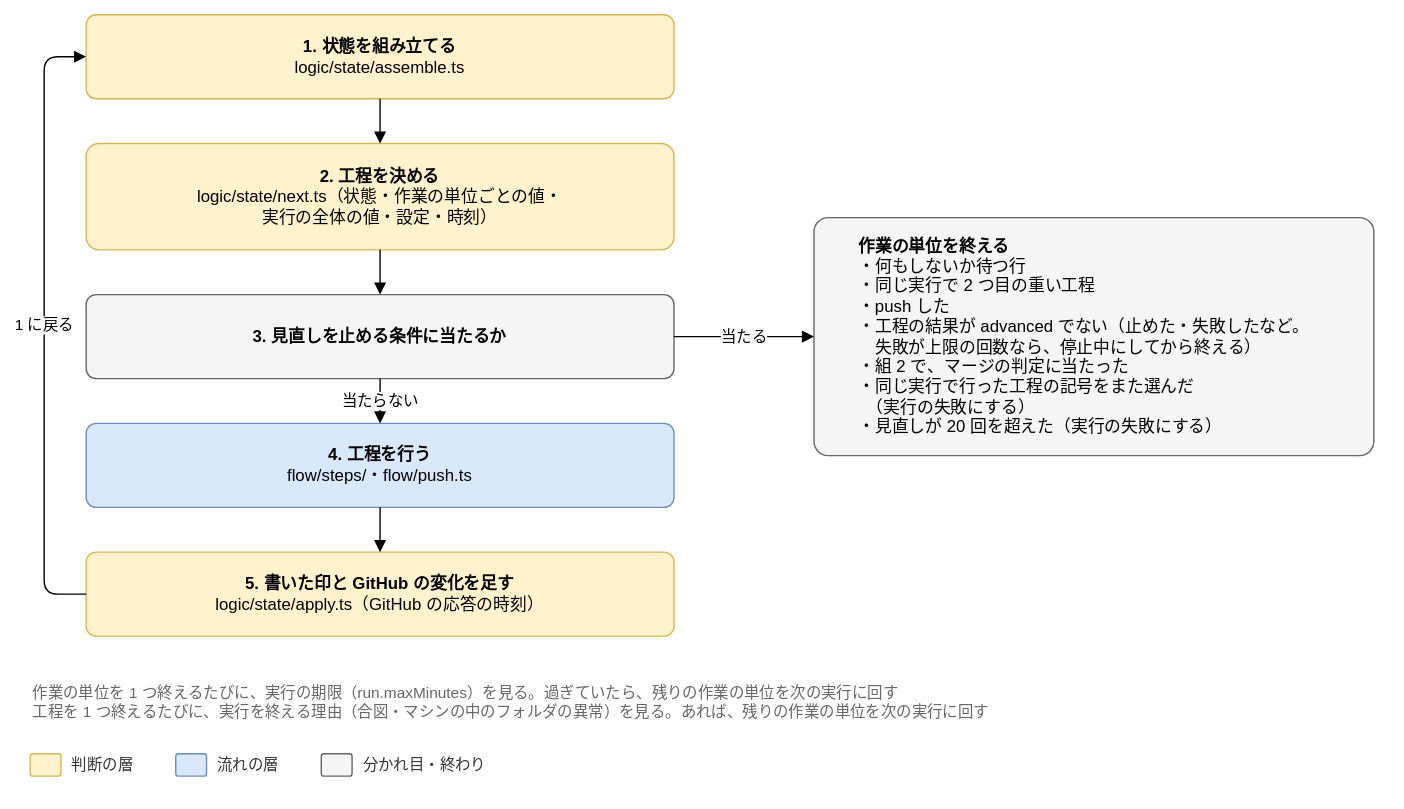
This is docs/design/detailed/diagrams/08-units.drawio.svg from Joymerrevent/dev-autopilot, a draw.io export, as it was before one commit. Source tidied: cells renumbered, new cells last; positions are measured from the earlier drawing's top-left corner, leaving out a move shared by most shapes.
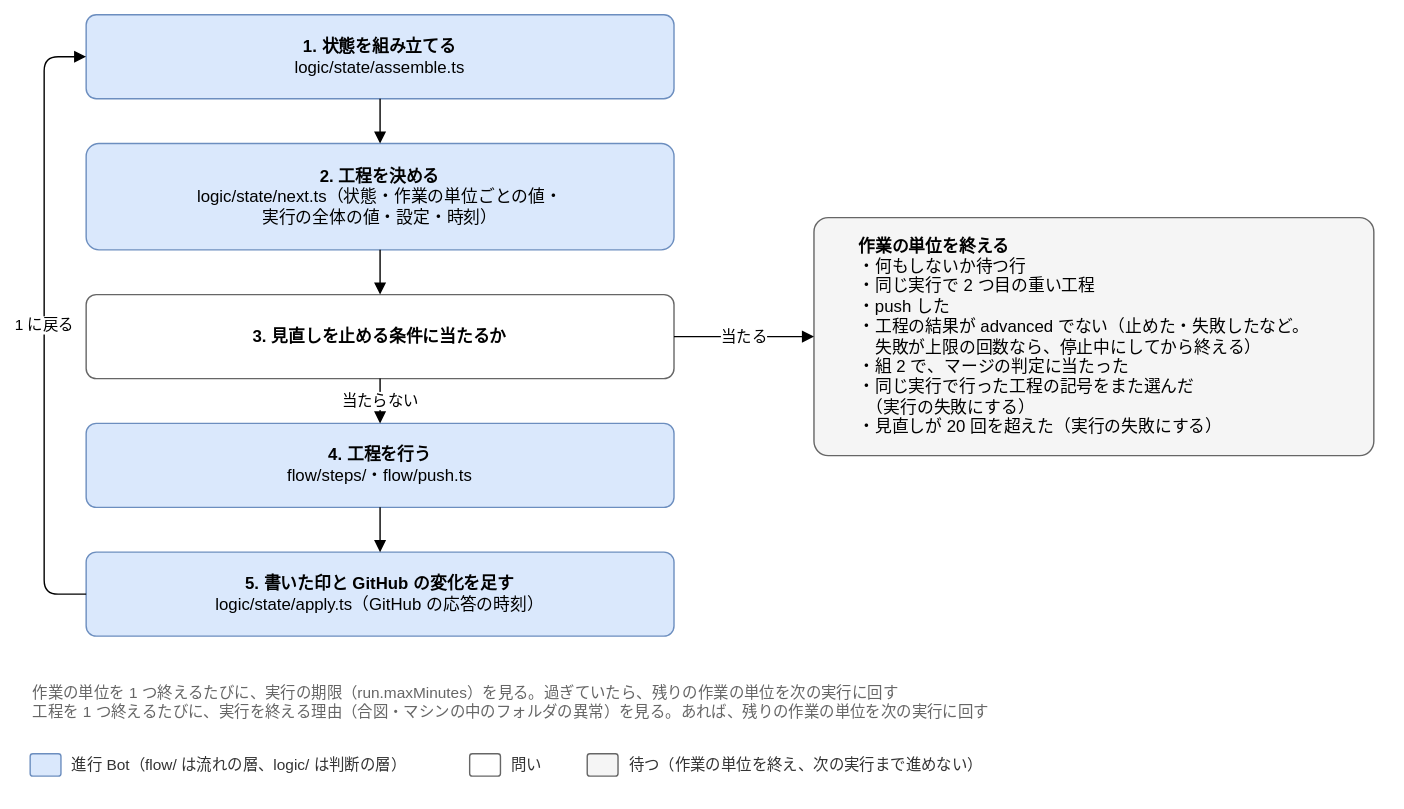
The same diagram one commit later.

Commit message:
docs(design): 詳細設計の図 08 で、色の意味と受け入れの依頼の待つ時間と順 2 の依頼の消し方を描く

詳細設計のレビューの低の直し（最初のレビューの R5-16・R6-7・R6-9・R6-10・R8-22、
1 回目の再レビューの R4-2）。

- 08-run：intake を青にし、受け入れの依頼の線を「待つ時間の内」にし、r2 に依頼を消すことと
  flow/run/requests.ts を足し、note に待つ時間を過ぎた受け入れの依頼と記録の切れた行を足す
  （R6-7・R5-16・R6-10・R8-22・R4-2）
- 08-units：u1・u2・u5 を青、u3（問い）を白にする（R6-7）
- 08-run・08-units：凡例を色の決まりの「凡例の言葉（補足）」の形にする（R6-9）

Claude-Session: https://claude.ai/code/session_01LvmXQN14Y95msvojZ6hWNP

What changed in the source:
```diff
@@ -2,16 +2,16 @@
   <root>
     <mxCell id="0" />
     <mxCell id="1" parent="0" />
-    <mxCell id="2" value="&lt;b&gt;1. 状態を組み立てる&lt;/b&gt;&lt;br&gt;logic/state/assemble.ts" style="rounded=1;whiteSpace=wrap;html=1;fontSize=12;arcSize=12;spacing=12;fillColor=#fff2cc;strokeColor=#d6b656;" parent="1" vertex="1">
+    <mxCell id="2" value="&lt;b&gt;1. 状態を組み立てる&lt;/b&gt;&lt;br&gt;logic/state/assemble.ts" style="rounded=1;whiteSpace=wrap;html=1;fontSize=12;arcSize=12;spacing=12;fillColor=#dae8fc;strokeColor=#6c8ebf;" parent="1" vertex="1">
       <mxGeometry x="40" width="420" height="60" as="geometry" />
     </mxCell>
-    <mxCell id="3" value="&lt;b&gt;2. 工程を決める&lt;/b&gt;&lt;br&gt;logic/state/next.ts（状態・作業の単位ごとの値・&lt;br&gt;実行の全体の値・設定・時刻）" style="rounded=1;whiteSpace=wrap;html=1;fontSize=12;arcSize=12;spacing=12;fillColor=#fff2cc;strokeColor=#d6b656;" parent="1" vertex="1">
+    <mxCell id="3" value="&lt;b&gt;2. 工程を決める&lt;/b&gt;&lt;br&gt;logic/state/next.ts（状態・作業の単位ごとの値・&lt;br&gt;実行の全体の値・設定・時刻）" style="rounded=1;whiteSpace=wrap;html=1;fontSize=12;arcSize=12;spacing=12;fillColor=#dae8fc;strokeColor=#6c8ebf;" parent="1" vertex="1">
       <mxGeometry x="40" y="92" width="420" height="76" as="geometry" />
     </mxCell>
     <mxCell id="4" style="edgeStyle=orthogonalEdgeStyle;rounded=1;html=1;endArrow=block;endFill=1;fontSize=11;labelBackgroundColor=#ffffff;exitX=0.5;exitY=1;exitDx=0;exitDy=0;entryX=0.5;entryY=0;entryDx=0;entryDy=0;" parent="1" edge="1" source="2" target="3">
       <mxGeometry relative="1" as="geometry" />
     </mxCell>
-    <mxCell id="5" value="&lt;b&gt;3. 見直しを止める条件に当たるか&lt;/b&gt;" style="rounded=1;whiteSpace=wrap;html=1;fontSize=12;arcSize=12;spacing=12;fillColor=#f5f5f5;strokeColor=#666666;" parent="1" vertex="1">
+    <mxCell id="5" value="&lt;b&gt;3. 見直しを止める条件に当たるか&lt;/b&gt;" style="rounded=1;whiteSpace=wrap;html=1;fontSize=12;arcSize=12;spacing=12;fillColor=#ffffff;strokeColor=#666666;" parent="1" vertex="1">
       <mxGeometry x="40" y="200" width="420" height="60" as="geometry" />
     </mxCell>
     <mxCell id="6" style="edgeStyle=orthogonalEdgeStyle;rounded=1;html=1;endArrow=block;endFill=1;fontSize=11;labelBackgroundColor=#ffffff;exitX=0.5;exitY=1;exitDx=0;exitDy=0;entryX=0.5;entryY=0;entryDx=0;entryDy=0;" parent="1" edge="1" source="3" target="5">
@@ -23,7 +23,7 @@
     <mxCell id="8" value="当たらない" style="edgeStyle=orthogonalEdgeStyle;rounded=1;html=1;endArrow=block;endFill=1;fontSize=11;labelBackgroundColor=#ffffff;exitX=0.5;exitY=1;exitDx=0;exitDy=0;entryX=0.5;entryY=0;entryDx=0;entryDy=0;" parent="1" edge="1" source="5" target="7">
       <mxGeometry relative="1" as="geometry" />
     </mxCell>
-    <mxCell id="9" value="&lt;b&gt;5. 書いた印と GitHub の変化を足す&lt;/b&gt;&lt;br&gt;logic/state/apply.ts（GitHub の応答の時刻）" style="rounded=1;whiteSpace=wrap;html=1;fontSize=12;arcSize=12;spacing=12;fillColor=#fff2cc;strokeColor=#d6b656;" parent="1" vertex="1">
+    <mxCell id="9" value="&lt;b&gt;5. 書いた印と GitHub の変化を足す&lt;/b&gt;&lt;br&gt;logic/state/apply.ts（GitHub の応答の時刻）" style="rounded=1;whiteSpace=wrap;html=1;fontSize=12;arcSize=12;spacing=12;fillColor=#dae8fc;strokeColor=#6c8ebf;" parent="1" vertex="1">
       <mxGeometry x="40" y="384" width="420" height="60" as="geometry" />
     </mxCell>
     <mxCell id="10" style="edgeStyle=orthogonalEdgeStyle;rounded=1;html=1;endArrow=block;endFill=1;fontSize=11;labelBackgroundColor=#ffffff;exitX=0.5;exitY=1;exitDx=0;exitDy=0;entryX=0.5;entryY=0;entryDx=0;entryDy=0;" parent="1" edge="1" source="7" target="9">
@@ -46,23 +46,23 @@
     <mxCell id="14" value="作業の単位を 1 つ終えるたびに、実行の期限（run.maxMinutes）を見る。過ぎていたら、残りの作業の単位を次の実行に回す&lt;br&gt;工程を 1 つ終えるたびに、実行を終える理由（合図・マシンの中のフォルダの異常）を見る。あれば、残りの作業の単位を次の実行に回す" style="text;html=1;whiteSpace=wrap;align=left;verticalAlign=top;fontSize=11;fontColor=#666666;" parent="1" vertex="1">
       <mxGeometry y="472" width="700" height="44" as="geometry" />
     </mxCell>
-    <mxCell id="15" style="rounded=1;whiteSpace=wrap;html=1;fontSize=12;arcSize=12;spacing=12;fillColor=#fff2cc;strokeColor=#d6b656;" parent="1" vertex="1">
+    <mxCell id="15" style="rounded=1;whiteSpace=wrap;html=1;fontSize=12;arcSize=12;spacing=12;fillColor=#dae8fc;strokeColor=#6c8ebf;" parent="1" vertex="1">
       <mxGeometry y="528" width="22" height="16" as="geometry" />
     </mxCell>
-    <mxCell id="16" value="判断の層" style="text;html=1;align=left;verticalAlign=middle;fontSize=11;fontColor=#333333;" parent="1" vertex="1">
-      <mxGeometry x="28" y="526" width="60" height="20" as="geometry" />
+    <mxCell id="16" value="進行 Bot（flow/ は流れの層、logic/ は判断の層）" style="text;html=1;align=left;verticalAlign=middle;fontSize=11;fontColor=#333333;" parent="1" vertex="1">
+      <mxGeometry x="28" y="526" width="270" height="20" as="geometry" />
     </mxCell>
-    <mxCell id="17" style="rounded=1;whiteSpace=wrap;html=1;fontSize=12;arcSize=12;spacing=12;fillColor=#dae8fc;strokeColor=#6c8ebf;" parent="1" vertex="1">
-      <mxGeometry x="104" y="528" width="22" height="16" as="geometry" />
+    <mxCell id="17" style="rounded=1;whiteSpace=wrap;html=1;fontSize=12;arcSize=12;spacing=12;fillColor=#ffffff;strokeColor=#666666;" parent="1" vertex="1">
+      <mxGeometry x="314" y="528" width="22" height="16" as="geometry" />
     </mxCell>
-    <mxCell id="18" value="流れの層" style="text;html=1;align=left;verticalAlign=middle;fontSize=11;fontColor=#333333;" parent="1" vertex="1">
-      <mxGeometry x="132" y="526" width="60" height="20" as="geometry" />
+    <mxCell id="18" value="問い" style="text;html=1;align=left;verticalAlign=middle;fontSize=11;fontColor=#333333;" parent="1" vertex="1">
+      <mxGeometry x="342" y="526" width="40" height="20" as="geometry" />
     </mxCell>
     <mxCell id="19" style="rounded=1;whiteSpace=wrap;html=1;fontSize=12;arcSize=12;spacing=12;fillColor=#f5f5f5;strokeColor=#666666;" parent="1" vertex="1">
-      <mxGeometry x="208" y="528" width="22" height="16" as="geometry" />
+      <mxGeometry x="398" y="528" width="22" height="16" as="geometry" />
     </mxCell>
-    <mxCell id="20" value="分かれ目・終わり" style="text;html=1;align=left;verticalAlign=middle;fontSize=11;fontColor=#333333;" parent="1" vertex="1">
-      <mxGeometry x="236" y="526" width="100" height="20" as="geometry" />
+    <mxCell id="20" value="待つ（作業の単位を終え、次の実行まで進めない）" style="text;html=1;align=left;verticalAlign=middle;fontSize=11;fontColor=#333333;" parent="1" vertex="1">
+      <mxGeometry x="426" y="526" width="280" height="20" as="geometry" />
     </mxCell>
   </root>
 </mxGraphModel>
```
